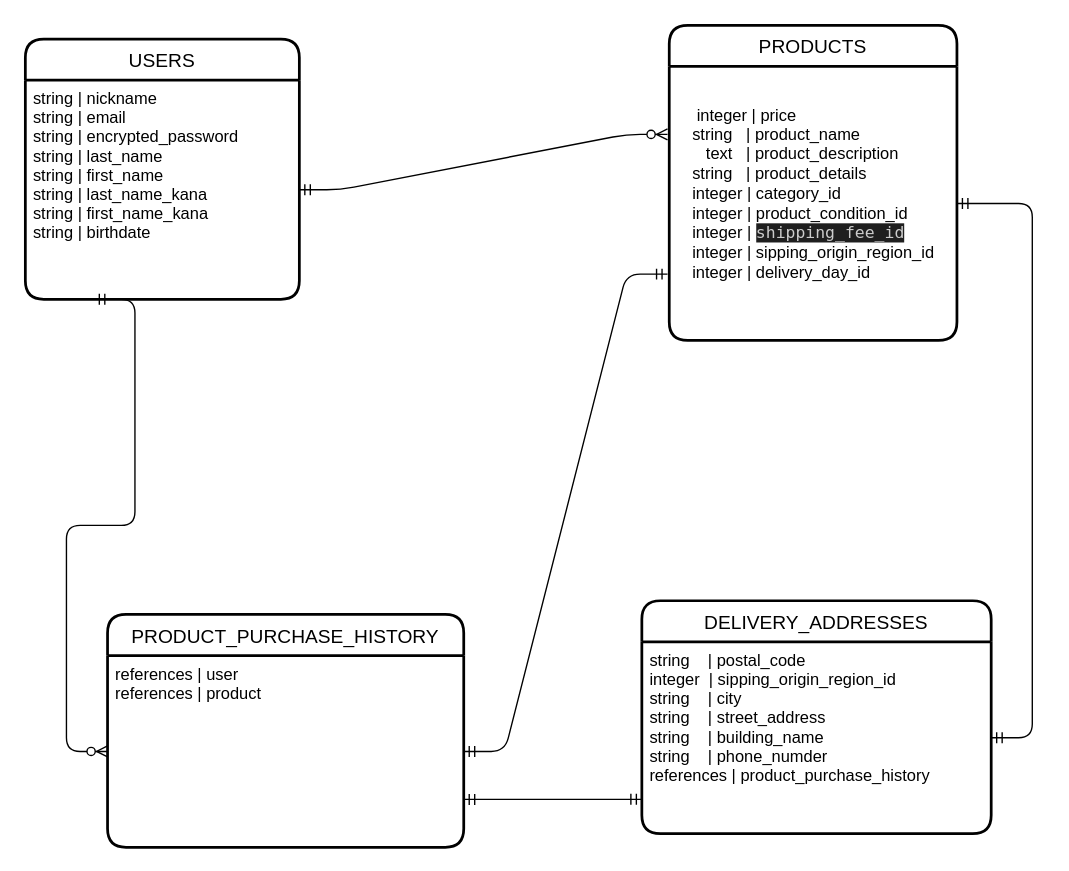
This is フリマER図.dio from yasuhito1105/furima-41744, a draw.io file, before an edit. Source tidied: cells renumbered, new cells numbered last; positions are measured from the earlier drawing's top-left corner, leaving out a move shared by most shapes. Both pictures are drawn from the tidied source at 137%, with x=0, y=0 at pixel (25, 25).
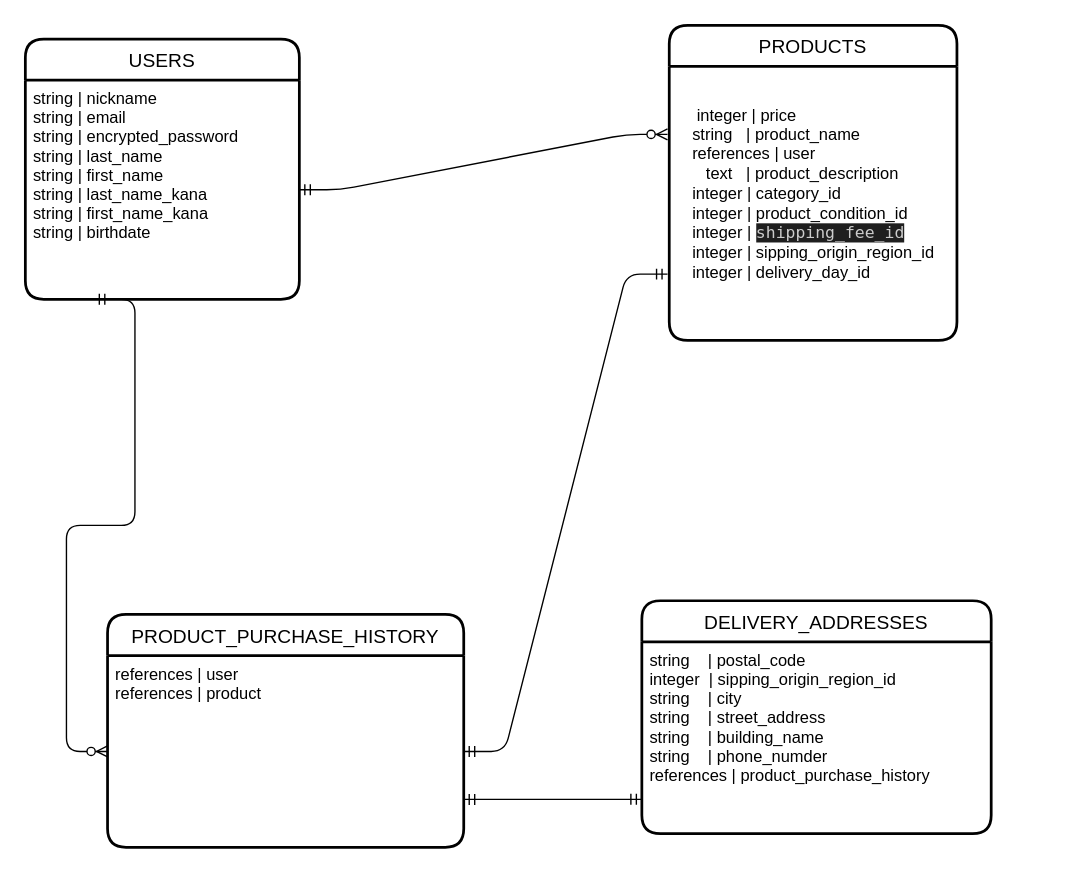
The same diagram, later.

Commit message:
よくわからんやつ

Diff of the diagram source:
```diff
@@
 <mxGraphModel>
   <root>
     <mxCell id="0" />
     <mxCell id="1" parent="0" />
     <mxCell id="2" value="USERS" style="swimlane;horizontal=1;startSize=30;rounded=1;fontSize=14;fontStyle=0;strokeWidth=2;shadow=0;dashed=0;align=center;" parent="1" vertex="1">
       <mxGeometry y="10" width="200" height="190" as="geometry" />
     </mxCell>
     <mxCell id="3" value="string | nickname&#10;string | email&#10;string | encrypted_password&#10;string | last_name&#10;string | first_name&#10;string | last_name_kana&#10;string | first_name_kana&#10;string | birthdate   " style="align=left;strokeColor=none;fillColor=none;spacingLeft=4;fontSize=12;verticalAlign=top;" parent="2" vertex="1">
       <mxGeometry y="30" width="200" height="160" as="geometry" />
     </mxCell>
     <mxCell id="4" value="PRODUCT_PURCHASE_HISTORY" style="swimlane;horizontal=1;startSize=30;rounded=1;fontSize=14;fontStyle=0;strokeWidth=2;shadow=0;dashed=0;align=center;" parent="1" vertex="1">
       <mxGeometry x="60" y="430" width="260" height="170" as="geometry" />
     </mxCell>
     <mxCell id="5" value="references | user&#10;references | product" style="align=left;strokeColor=none;fillColor=none;spacingLeft=4;fontSize=12;verticalAlign=top;" parent="4" vertex="1">
       <mxGeometry y="30" width="260" height="140" as="geometry" />
     </mxCell>
     <mxCell id="6" value="DELIVERY_ADDRESSES" style="swimlane;horizontal=1;startSize=30;rounded=1;fontSize=14;fontStyle=0;strokeWidth=2;shadow=0;dashed=0;align=center;" parent="1" vertex="1">
       <mxGeometry x="450" y="420" width="255" height="170" as="geometry" />
     </mxCell>
     <mxCell id="7" value="string    | postal_code&#10;integer  | sipping_origin_region_id&#10;string    | city&#10;string    | street_address&#10;string    | building_name&#10;string    | phone_numder&#10;references | product_purchase_history&#10;&#10;" style="align=left;strokeColor=none;fillColor=none;spacingLeft=4;fontSize=12;verticalAlign=top;" parent="6" vertex="1">
       <mxGeometry y="30" width="255" height="140" as="geometry" />
     </mxCell>
     <mxCell id="8" value="PRODUCTS" style="swimlane;horizontal=1;startSize=30;rounded=1;fontSize=14;fontStyle=0;strokeWidth=2;shadow=0;dashed=0;align=center;" parent="1" vertex="1">
       <mxGeometry x="470" width="210" height="230" as="geometry" />
     </mxCell>
-    <mxCell id="9" value="&lt;div style=&quot;text-align: left;&quot;&gt;&lt;span style=&quot;background-color: initial;&quot;&gt;&amp;nbsp;integer | price&lt;/span&gt;&lt;/div&gt;&lt;div style=&quot;text-align: left;&quot;&gt;&lt;span style=&quot;background-color: initial;&quot;&gt;string&amp;nbsp; &amp;nbsp;| product_name&lt;/span&gt;&lt;/div&gt;&lt;div style=&quot;text-align: left;&quot;&gt;&amp;nbsp; &amp;nbsp;text&amp;nbsp; &amp;nbsp;| product_description&lt;/div&gt;&lt;div style=&quot;text-align: left;&quot;&gt;string&amp;nbsp; &amp;nbsp;| product_details&lt;/div&gt;&lt;div style=&quot;text-align: left;&quot;&gt;integer | category_id&lt;/div&gt;&lt;div style=&quot;text-align: left;&quot;&gt;integer | product_condition_id&lt;/div&gt;&lt;div style=&quot;text-align: left;&quot;&gt;integer |&amp;nbsp;&lt;span style=&quot;background-color: rgb(31, 31, 31); color: rgb(204, 204, 204); font-family: Menlo, Monaco, &amp;quot;Courier New&amp;quot;, monospace; text-align: center;&quot;&gt;shipping_fee_id&lt;/span&gt;&lt;/div&gt;&lt;div style=&quot;text-align: left;&quot;&gt;integer | sipping_origin_region_id&lt;/div&gt;&lt;div style=&quot;text-align: left;&quot;&gt;integer | delivery_day_id&lt;/div&gt;&lt;div style=&quot;text-align: left;&quot;&gt;&lt;br&gt;&lt;/div&gt;" style="text;html=1;align=center;verticalAlign=middle;points=[];strokeColor=none;fillColor=none;" parent="8" vertex="1">
+    <mxCell id="9" value="&lt;div style=&quot;text-align: left;&quot;&gt;&lt;span style=&quot;background-color: initial;&quot;&gt;&amp;nbsp;integer | price&lt;/span&gt;&lt;/div&gt;&lt;div style=&quot;text-align: left;&quot;&gt;&lt;span style=&quot;background-color: initial;&quot;&gt;string&amp;nbsp; &amp;nbsp;| product_name&lt;/span&gt;&lt;/div&gt;&lt;div style=&quot;text-align: left;&quot;&gt;&lt;span style=&quot;background-color: initial;&quot;&gt;references | user&lt;/span&gt;&lt;/div&gt;&lt;div style=&quot;text-align: left;&quot;&gt;&amp;nbsp; &amp;nbsp;text&amp;nbsp; &amp;nbsp;| product_description&lt;/div&gt;&lt;div style=&quot;text-align: left;&quot;&gt;integer | category_id&lt;/div&gt;&lt;div style=&quot;text-align: left;&quot;&gt;integer | product_condition_id&lt;/div&gt;&lt;div style=&quot;text-align: left;&quot;&gt;integer |&amp;nbsp;&lt;span style=&quot;background-color: rgb(31, 31, 31); color: rgb(204, 204, 204); font-family: Menlo, Monaco, &amp;quot;Courier New&amp;quot;, monospace; text-align: center;&quot;&gt;shipping_fee_id&lt;/span&gt;&lt;/div&gt;&lt;div style=&quot;text-align: left;&quot;&gt;integer | sipping_origin_region_id&lt;/div&gt;&lt;div style=&quot;text-align: left;&quot;&gt;integer | delivery_day_id&lt;/div&gt;&lt;div style=&quot;text-align: left;&quot;&gt;&lt;br&gt;&lt;/div&gt;" style="text;html=1;align=center;verticalAlign=middle;points=[];strokeColor=none;fillColor=none;" parent="8" vertex="1">
       <mxGeometry y="30" width="210" height="200" as="geometry" />
     </mxCell>
     <mxCell id="10" style="edgeStyle=entityRelationEdgeStyle;fontSize=12;html=1;endArrow=ERzeroToMany;startArrow=ERmandOne;entryX=-0.006;entryY=0.248;entryDx=0;entryDy=0;entryPerimeter=0;exitX=1;exitY=0.5;exitDx=0;exitDy=0;" parent="1" edge="1" source="3" target="9">
       <mxGeometry relative="1" as="geometry" />
     </mxCell>
     <mxCell id="11" style="edgeStyle=entityRelationEdgeStyle;fontSize=12;html=1;endArrow=ERzeroToMany;startArrow=ERmandOne;entryX=0;entryY=0.5;entryDx=0;entryDy=0;exitX=0.25;exitY=1;exitDx=0;exitDy=0;" parent="1" edge="1" source="3" target="5">
       <mxGeometry relative="1" as="geometry" />
     </mxCell>
-    <mxCell id="12" style="edgeStyle=entityRelationEdgeStyle;fontSize=12;html=1;endArrow=ERmandOne;startArrow=ERmandOne;" parent="1" edge="1" source="7" target="9">
-      <mxGeometry relative="1" as="geometry" />
-    </mxCell>
     <mxCell id="13" style="edgeStyle=entityRelationEdgeStyle;fontSize=12;html=1;endArrow=ERmandOne;startArrow=ERmandOne;entryX=-0.006;entryY=0.758;entryDx=0;entryDy=0;entryPerimeter=0;" parent="1" edge="1" source="5" target="9">
       <mxGeometry relative="1" as="geometry" />
     </mxCell>
     <mxCell id="14" style="edgeStyle=entityRelationEdgeStyle;fontSize=12;html=1;endArrow=ERmandOne;startArrow=ERmandOne;exitX=1;exitY=0.75;exitDx=0;exitDy=0;entryX=0;entryY=0.821;entryDx=0;entryDy=0;entryPerimeter=0;" parent="1" edge="1" source="5" target="7">
       <mxGeometry relative="1" as="geometry" />
     </mxCell>
   </root>
 </mxGraphModel>
```
